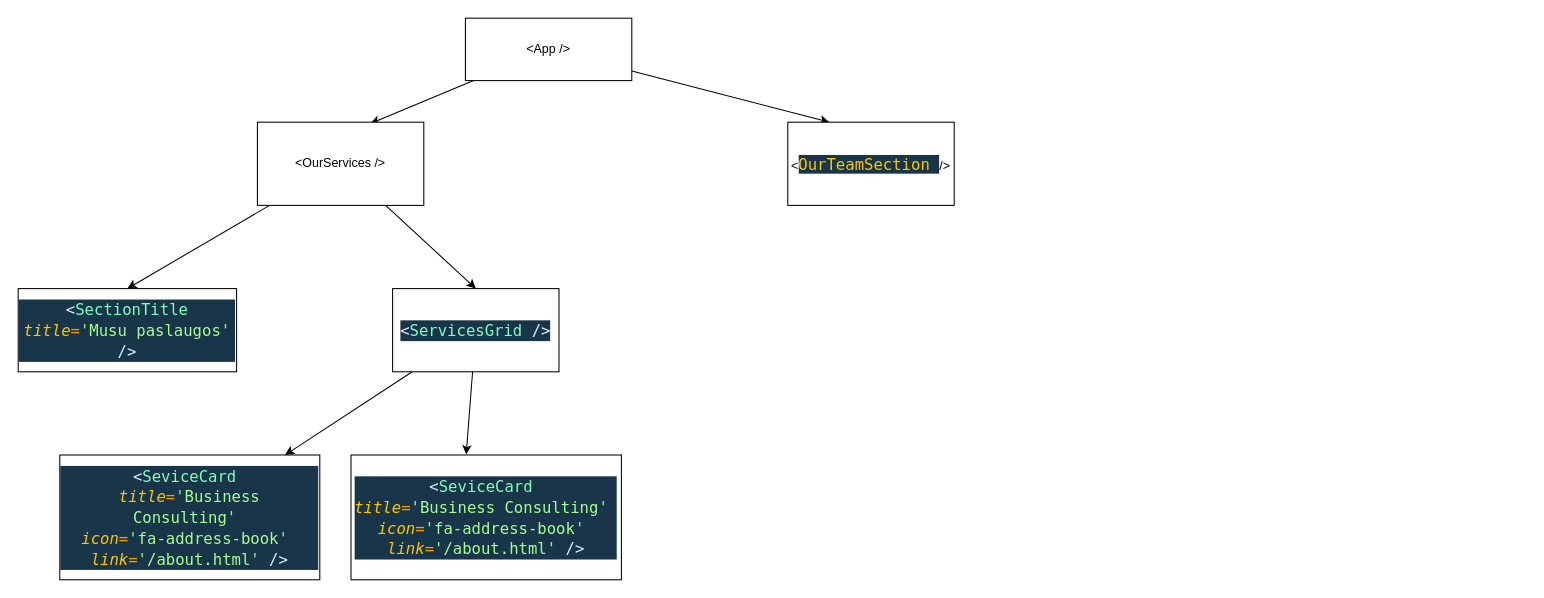
Earlier version of the draw.io diagram draw.drawio (MariusCodeAcademy/feu2-02_react_vite_components_props). Source tidied: cells renumbered, new cells numbered last; positions are measured from the earlier drawing's top-left corner, leaving out a move shared by most shapes. Both pictures are drawn from the tidied source at 104%, with x=0, y=0 at pixel (18, 18).
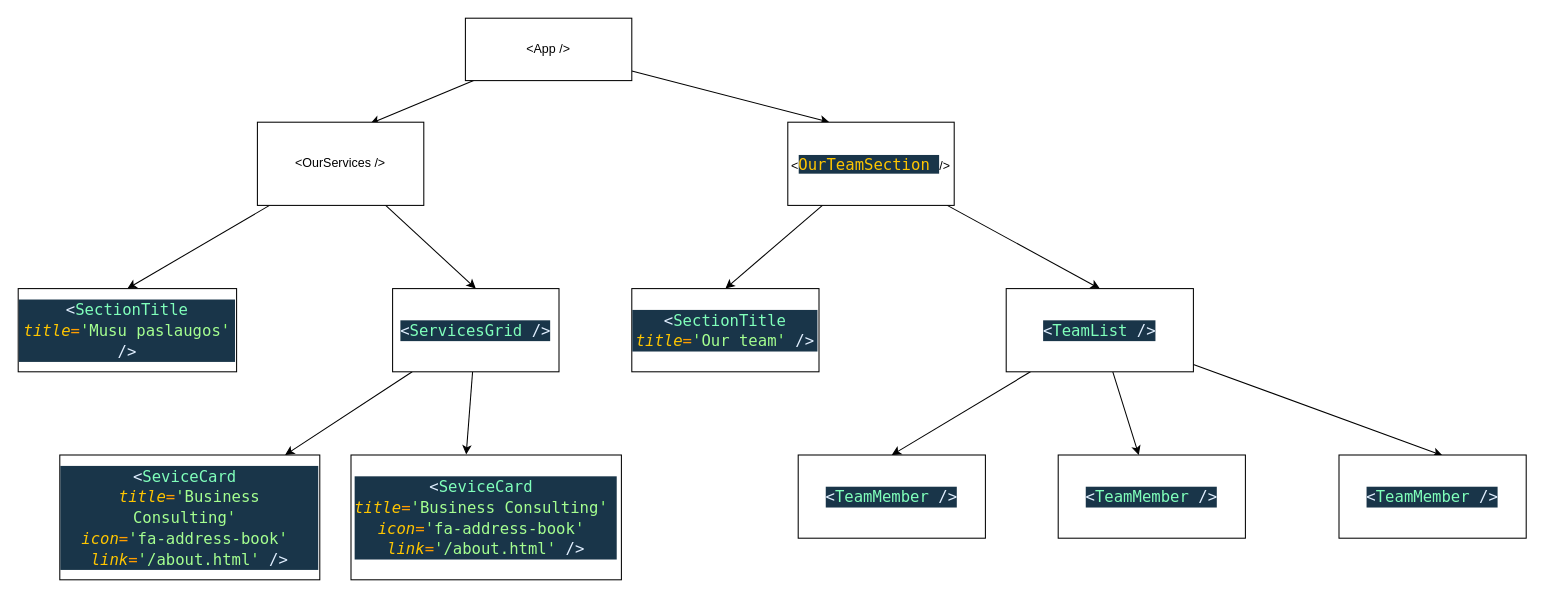
The same diagram, later.

Unchanged cells that the change refers to:
```xml
<mxCell id="8" value="&amp;lt;&lt;span style=&quot;color: rgb(255 , 198 , 0) ; background-color: rgb(25 , 53 , 73) ; font-family: &amp;#34;cascadia code&amp;#34; , &amp;#34;menlo&amp;#34; , &amp;#34;monaco&amp;#34; , &amp;#34;courier new&amp;#34; , monospace , &amp;#34;consolas&amp;#34; , &amp;#34;courier new&amp;#34; , monospace ; font-size: 15px&quot;&gt;OurTeamSection&amp;nbsp;&lt;/span&gt;&lt;span&gt;/&amp;gt;&lt;/span&gt;" style="rounded=0;whiteSpace=wrap;html=1;" parent="1" vertex="1">
  <mxGeometry x="740" y="100" width="160" height="80" as="geometry" />
</mxCell>
```

Change to the diagram source:
```diff
@@
+    <mxCell id="15" style="edgeStyle=none;html=1;entryX=0.5;entryY=0;entryDx=0;entryDy=0;" parent="1" edge="1" source="8" target="17">
+      <mxGeometry relative="1" as="geometry" />
+    </mxCell>
+    <mxCell id="16" style="edgeStyle=none;html=1;entryX=0.5;entryY=0;entryDx=0;entryDy=0;" parent="1" edge="1" source="8" target="21">
+      <mxGeometry relative="1" as="geometry" />
+    </mxCell>
@@
+    <mxCell id="17" value="&lt;div style=&quot;color: rgb(255 , 255 , 255) ; background-color: rgb(25 , 53 , 73) ; font-family: &amp;#34;cascadia code&amp;#34; , &amp;#34;menlo&amp;#34; , &amp;#34;monaco&amp;#34; , &amp;#34;courier new&amp;#34; , monospace , &amp;#34;consolas&amp;#34; , &amp;#34;courier new&amp;#34; , monospace ; font-size: 15px ; line-height: 20px&quot;&gt;&lt;span style=&quot;color: #e1efff&quot;&gt;&amp;lt;&lt;/span&gt;&lt;span style=&quot;color: #80ffbb&quot;&gt;SectionTitle&lt;/span&gt;&lt;span style=&quot;color: #9effff&quot;&gt; &lt;/span&gt;&lt;span style=&quot;color: #ffc600 ; font-style: italic&quot;&gt;title&lt;/span&gt;&lt;span style=&quot;color: #ff9d00&quot;&gt;=&lt;/span&gt;&lt;span style=&quot;color: #92fc79&quot;&gt;'&lt;/span&gt;&lt;span style=&quot;color: #a5ff90&quot;&gt;Our team&lt;/span&gt;&lt;span style=&quot;color: #92fc79&quot;&gt;'&lt;/span&gt;&lt;span style=&quot;color: #9effff&quot;&gt; &lt;/span&gt;&lt;span style=&quot;color: #e1efff&quot;&gt;/&amp;gt;&lt;/span&gt;&lt;/div&gt;" style="rounded=0;whiteSpace=wrap;html=1;" parent="1" vertex="1">
+      <mxGeometry x="590" y="260" width="180" height="80" as="geometry" />
+    </mxCell>
+    <mxCell id="18" style="edgeStyle=none;html=1;entryX=0.5;entryY=0;entryDx=0;entryDy=0;" parent="1" edge="1" source="21" target="22">
+      <mxGeometry relative="1" as="geometry" />
+    </mxCell>
+    <mxCell id="19" style="edgeStyle=none;html=1;entryX=0.553;entryY=0.006;entryDx=0;entryDy=0;entryPerimeter=0;" parent="1" edge="1" source="21" target="24">
+      <mxGeometry relative="1" as="geometry" />
+    </mxCell>
+    <mxCell id="20" style="edgeStyle=none;html=1;" parent="1" edge="1" source="21" target="23">
+      <mxGeometry relative="1" as="geometry" />
+    </mxCell>
+    <mxCell id="21" value="&lt;div style=&quot;color: rgb(255 , 255 , 255) ; background-color: rgb(25 , 53 , 73) ; font-family: &amp;#34;cascadia code&amp;#34; , &amp;#34;menlo&amp;#34; , &amp;#34;monaco&amp;#34; , &amp;#34;courier new&amp;#34; , monospace , &amp;#34;consolas&amp;#34; , &amp;#34;courier new&amp;#34; , monospace ; font-size: 15px ; line-height: 20px&quot;&gt;&lt;div style=&quot;font-family: &amp;#34;cascadia code&amp;#34; , &amp;#34;menlo&amp;#34; , &amp;#34;monaco&amp;#34; , &amp;#34;courier new&amp;#34; , monospace , &amp;#34;consolas&amp;#34; , &amp;#34;courier new&amp;#34; , monospace ; line-height: 20px&quot;&gt;&lt;span style=&quot;color: #e1efff&quot;&gt;&amp;lt;&lt;/span&gt;&lt;span style=&quot;color: #80ffbb&quot;&gt;TeamList&lt;/span&gt;&lt;span style=&quot;color: #9effff&quot;&gt; &lt;/span&gt;&lt;span style=&quot;color: #e1efff&quot;&gt;/&amp;gt;&lt;/span&gt;&lt;/div&gt;&lt;/div&gt;" style="rounded=0;whiteSpace=wrap;html=1;" parent="1" vertex="1">
+      <mxGeometry x="950" y="260" width="180" height="80" as="geometry" />
+    </mxCell>
+    <mxCell id="22" value="&lt;div style=&quot;color: rgb(255 , 255 , 255) ; background-color: rgb(25 , 53 , 73) ; font-family: &amp;#34;cascadia code&amp;#34; , &amp;#34;menlo&amp;#34; , &amp;#34;monaco&amp;#34; , &amp;#34;courier new&amp;#34; , monospace , &amp;#34;consolas&amp;#34; , &amp;#34;courier new&amp;#34; , monospace ; font-size: 15px ; line-height: 20px&quot;&gt;&lt;div style=&quot;font-family: &amp;#34;cascadia code&amp;#34; , &amp;#34;menlo&amp;#34; , &amp;#34;monaco&amp;#34; , &amp;#34;courier new&amp;#34; , monospace , &amp;#34;consolas&amp;#34; , &amp;#34;courier new&amp;#34; , monospace ; line-height: 20px&quot;&gt;&lt;div style=&quot;font-family: &amp;#34;cascadia code&amp;#34; , &amp;#34;menlo&amp;#34; , &amp;#34;monaco&amp;#34; , &amp;#34;courier new&amp;#34; , monospace , &amp;#34;consolas&amp;#34; , &amp;#34;courier new&amp;#34; , monospace ; line-height: 20px&quot;&gt;&lt;span style=&quot;color: #e1efff&quot;&gt;&amp;lt;&lt;/span&gt;&lt;span style=&quot;color: #80ffbb&quot;&gt;TeamMember&lt;/span&gt;&lt;span style=&quot;color: #9effff&quot;&gt; &lt;/span&gt;&lt;span style=&quot;color: #e1efff&quot;&gt;/&amp;gt;&lt;/span&gt;&lt;/div&gt;&lt;/div&gt;&lt;/div&gt;" style="rounded=0;whiteSpace=wrap;html=1;" parent="1" vertex="1">
+      <mxGeometry x="750" y="420" width="180" height="80" as="geometry" />
+    </mxCell>
+    <mxCell id="23" value="&lt;div style=&quot;color: rgb(255 , 255 , 255) ; background-color: rgb(25 , 53 , 73) ; font-family: &amp;#34;cascadia code&amp;#34; , &amp;#34;menlo&amp;#34; , &amp;#34;monaco&amp;#34; , &amp;#34;courier new&amp;#34; , monospace , &amp;#34;consolas&amp;#34; , &amp;#34;courier new&amp;#34; , monospace ; font-size: 15px ; line-height: 20px&quot;&gt;&lt;div style=&quot;font-family: &amp;#34;cascadia code&amp;#34; , &amp;#34;menlo&amp;#34; , &amp;#34;monaco&amp;#34; , &amp;#34;courier new&amp;#34; , monospace , &amp;#34;consolas&amp;#34; , &amp;#34;courier new&amp;#34; , monospace ; line-height: 20px&quot;&gt;&lt;div style=&quot;font-family: &amp;#34;cascadia code&amp;#34; , &amp;#34;menlo&amp;#34; , &amp;#34;monaco&amp;#34; , &amp;#34;courier new&amp;#34; , monospace , &amp;#34;consolas&amp;#34; , &amp;#34;courier new&amp;#34; , monospace ; line-height: 20px&quot;&gt;&lt;span style=&quot;color: #e1efff&quot;&gt;&amp;lt;&lt;/span&gt;&lt;span style=&quot;color: #80ffbb&quot;&gt;TeamMember&lt;/span&gt;&lt;span style=&quot;color: #9effff&quot;&gt; &lt;/span&gt;&lt;span style=&quot;color: #e1efff&quot;&gt;/&amp;gt;&lt;/span&gt;&lt;/div&gt;&lt;/div&gt;&lt;/div&gt;" style="rounded=0;whiteSpace=wrap;html=1;" parent="1" vertex="1">
+      <mxGeometry x="1000" y="420" width="180" height="80" as="geometry" />
+    </mxCell>
+    <mxCell id="24" value="&lt;div style=&quot;color: rgb(255 , 255 , 255) ; background-color: rgb(25 , 53 , 73) ; font-family: &amp;#34;cascadia code&amp;#34; , &amp;#34;menlo&amp;#34; , &amp;#34;monaco&amp;#34; , &amp;#34;courier new&amp;#34; , monospace , &amp;#34;consolas&amp;#34; , &amp;#34;courier new&amp;#34; , monospace ; font-size: 15px ; line-height: 20px&quot;&gt;&lt;div style=&quot;font-family: &amp;#34;cascadia code&amp;#34; , &amp;#34;menlo&amp;#34; , &amp;#34;monaco&amp;#34; , &amp;#34;courier new&amp;#34; , monospace , &amp;#34;consolas&amp;#34; , &amp;#34;courier new&amp;#34; , monospace ; line-height: 20px&quot;&gt;&lt;div style=&quot;font-family: &amp;#34;cascadia code&amp;#34; , &amp;#34;menlo&amp;#34; , &amp;#34;monaco&amp;#34; , &amp;#34;courier new&amp;#34; , monospace , &amp;#34;consolas&amp;#34; , &amp;#34;courier new&amp;#34; , monospace ; line-height: 20px&quot;&gt;&lt;span style=&quot;color: #e1efff&quot;&gt;&amp;lt;&lt;/span&gt;&lt;span style=&quot;color: #80ffbb&quot;&gt;TeamMember&lt;/span&gt;&lt;span style=&quot;color: #9effff&quot;&gt; &lt;/span&gt;&lt;span style=&quot;color: #e1efff&quot;&gt;/&amp;gt;&lt;/span&gt;&lt;/div&gt;&lt;/div&gt;&lt;/div&gt;" style="rounded=0;whiteSpace=wrap;html=1;" parent="1" vertex="1">
+      <mxGeometry x="1270" y="420" width="180" height="80" as="geometry" />
+    </mxCell>
```
